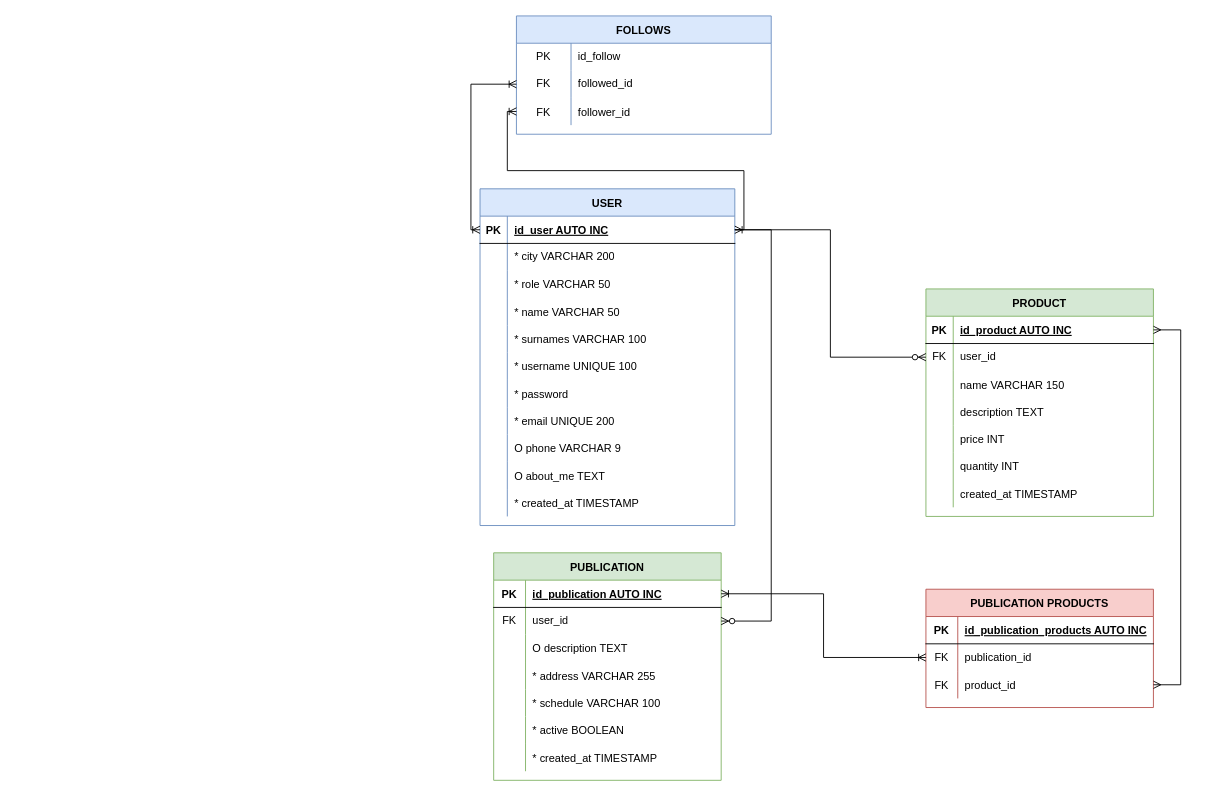
Above: diseño-bd.drawio in cnievaslozano/ConectaCampo (draw.io), before the change. Source tidied: cells renumbered, new cells numbered last; positions are measured from the earlier drawing's top-left corner, leaving out a move shared by most shapes. Both pictures are drawn from the tidied source at 91%, with x=0, y=0 at pixel (480, 15).
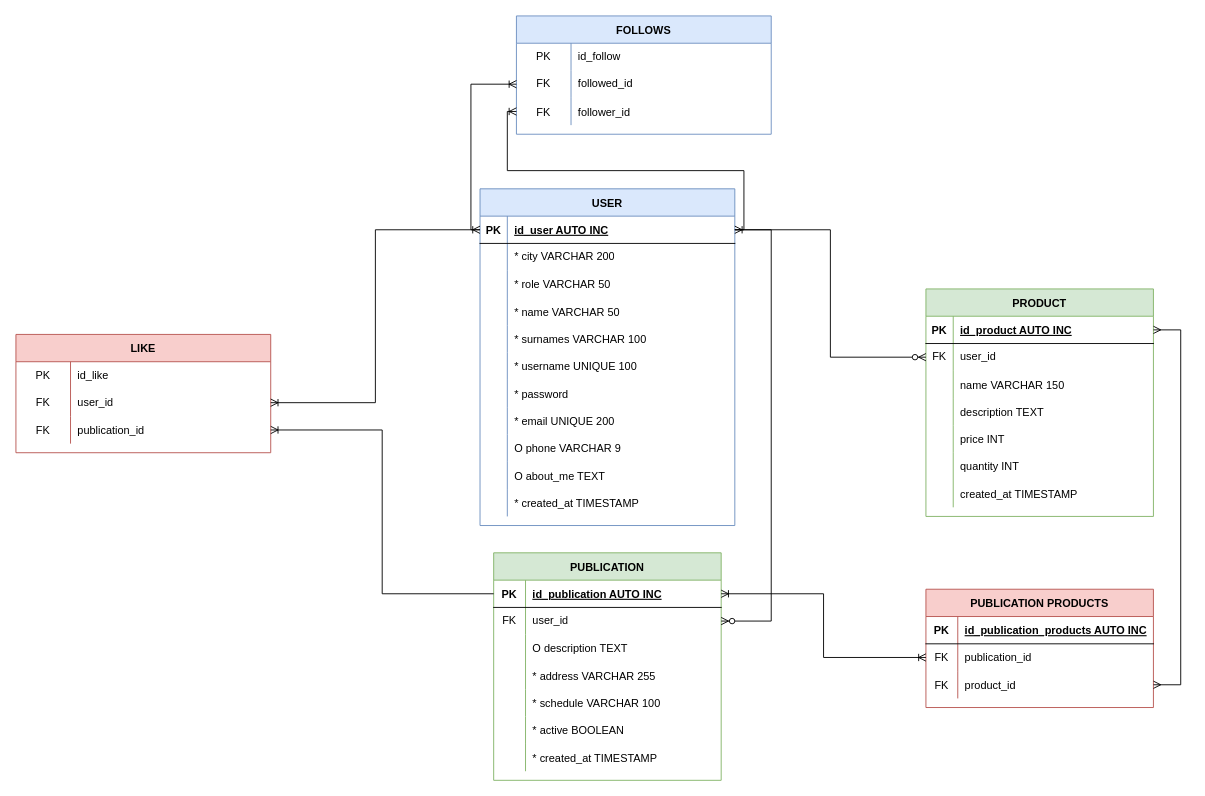
Above is the later version.

Commit message (it also covers changes not shown here):
Like to publication system

The change refers to these unchanged cells:
```xml
<mxCell id="3" style="shape=partialRectangle;fillColor=none;points=[[0,0.5],[1,0.5]];portConstraint=eastwest;top=0;left=0;right=0;bottom=1;" parent="2" vertex="1">
  <mxGeometry y="30" width="280" height="30" as="geometry" />
</mxCell>
<mxCell id="60" style="shape=partialRectangle;fillColor=none;points=[[0,0.5],[1,0.5]];portConstraint=eastwest;top=0;left=0;right=0;bottom=1;" parent="59" vertex="1">
  <mxGeometry y="30" width="250" height="30" as="geometry" />
</mxCell>
```

Change to the diagram source:
```diff
@@
+    <mxCell id="106" value="LIKE" style="shape=table;startSize=30;childLayout=tableLayout;rowLines=0;fontStyle=1;align=center;fillColor=#f8cecc;strokeColor=#b85450;" parent="1" vertex="1">
+      <mxGeometry x="-510" y="350" width="280" height="130" as="geometry" />
+    </mxCell>
+    <mxCell id="107" style="shape=tableRow;horizontal=0;startSize=0;swimlaneHead=0;swimlaneBody=0;fillColor=none;top=0;left=0;right=0;bottom=0;" parent="106" vertex="1">
+      <mxGeometry y="30" width="280" height="30" as="geometry" />
+    </mxCell>
+    <mxCell id="108" value="PK" style="shape=partialRectangle;fillColor=none;top=0;left=0;bottom=0;right=0;fontStyle=0;overflow=hidden;whiteSpace=wrap;html=1;" parent="107" vertex="1">
+      <mxGeometry width="60" height="30" as="geometry" />
+    </mxCell>
+    <mxCell id="109" value="id_like" style="shape=partialRectangle;fillColor=none;top=0;left=0;bottom=0;right=0;align=left;spacingLeft=6;fontStyle=0;overflow=hidden;whiteSpace=wrap;html=1;" parent="107" vertex="1">
+      <mxGeometry x="60" width="220" height="30" as="geometry" />
+    </mxCell>
+    <mxCell id="110" style="shape=tableRow;horizontal=0;startSize=0;swimlaneHead=0;swimlaneBody=0;fillColor=none;points=[[0,0.5],[1,0.5]];portConstraint=eastwest;top=0;left=0;right=0;bottom=0;" parent="106" vertex="1">
+      <mxGeometry y="60" width="280" height="30" as="geometry" />
+    </mxCell>
+    <mxCell id="111" value="FK" style="shape=partialRectangle;fillColor=none;top=0;left=0;bottom=0;right=0;fontStyle=0;overflow=hidden;whiteSpace=wrap;html=1;" parent="110" vertex="1">
+      <mxGeometry width="60" height="30" as="geometry" />
+    </mxCell>
+    <mxCell id="112" value="user_id" style="shape=partialRectangle;fillColor=none;top=0;left=0;bottom=0;right=0;align=left;spacingLeft=6;fontStyle=0;overflow=hidden;whiteSpace=wrap;html=1;" parent="110" vertex="1">
+      <mxGeometry x="60" width="220" height="30" as="geometry" />
+    </mxCell>
+    <mxCell id="113" style="shape=tableRow;horizontal=0;startSize=0;swimlaneHead=0;swimlaneBody=0;fillColor=none;points=[[0,0.5],[1,0.5]];portConstraint=eastwest;top=0;left=0;right=0;bottom=0;" parent="106" vertex="1">
+      <mxGeometry y="90" width="280" height="30" as="geometry" />
+    </mxCell>
+    <mxCell id="114" value="FK" style="shape=partialRectangle;fillColor=none;top=0;left=0;bottom=0;right=0;overflow=hidden;" parent="113" vertex="1">
+      <mxGeometry width="60" height="30" as="geometry" />
+    </mxCell>
+    <mxCell id="115" value="publication_id" style="shape=partialRectangle;fillColor=none;top=0;left=0;bottom=0;right=0;align=left;spacingLeft=6;overflow=hidden;" parent="113" vertex="1">
+      <mxGeometry x="60" width="220" height="30" as="geometry" />
+    </mxCell>
+    <mxCell id="116" style="edgeStyle=orthogonalEdgeStyle;fontSize=12;html=1;endArrow=ERoneToMany;rounded=0;entryX=1;entryY=0.5;entryDx=0;entryDy=0;exitX=0;exitY=0.5;exitDx=0;exitDy=0;" parent="1" edge="1" source="3" target="110">
+      <mxGeometry relative="1" as="geometry" />
+    </mxCell>
+    <mxCell id="117" style="edgeStyle=orthogonalEdgeStyle;fontSize=12;html=1;endArrow=ERoneToMany;rounded=0;entryX=1;entryY=0.5;entryDx=0;entryDy=0;exitX=0;exitY=0.5;exitDx=0;exitDy=0;" parent="1" edge="1" source="60" target="113">
+      <mxGeometry relative="1" as="geometry" />
+    </mxCell>
```
